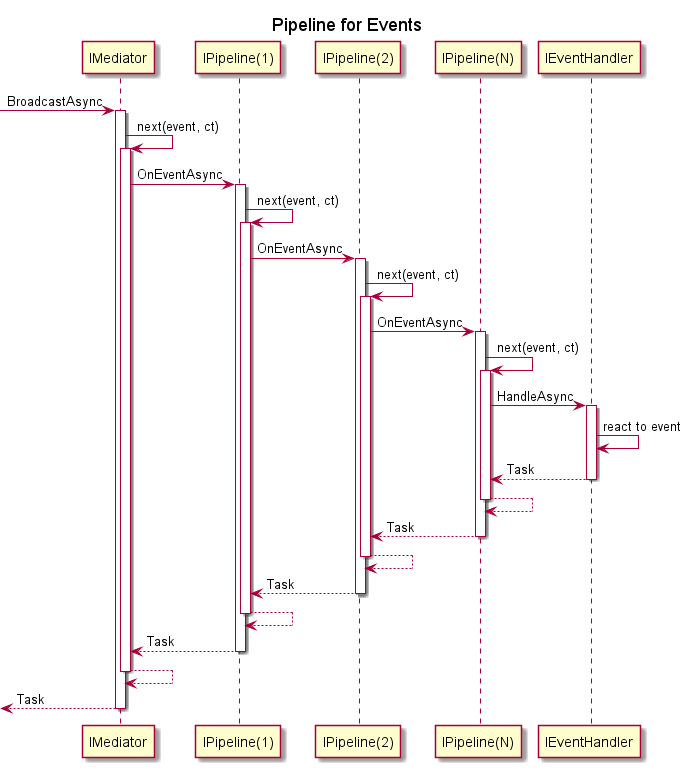
The PlantUML diagram resources/pipeline-events.png in simplesoft-pt/Mediator, before a commit. The source it was exported from:
```plantuml
@startuml pipeline-events
title Pipeline for Events

[-> IMediator ++: BroadcastAsync
IMediator -> IMediator ++: next(event, ct)
IMediator -> "IPipeline(1)" ++: OnEventAsync
"IPipeline(1)" -> "IPipeline(1)" ++: next(event, ct)
"IPipeline(1)" -> "IPipeline(2)" ++: OnEventAsync
"IPipeline(2)" -> "IPipeline(2)" ++: next(event, ct)
"IPipeline(2)" -> "IPipeline(N)" ++: OnEventAsync
"IPipeline(N)" -> "IPipeline(N)" ++: next(event, ct)
"IPipeline(N)" -> IEventHandler ++: HandleAsync
IEventHandler -> IEventHandler : react to event
return Task
return
return Task
return
return Task
return
return Task
return
return Task

@enduml
```
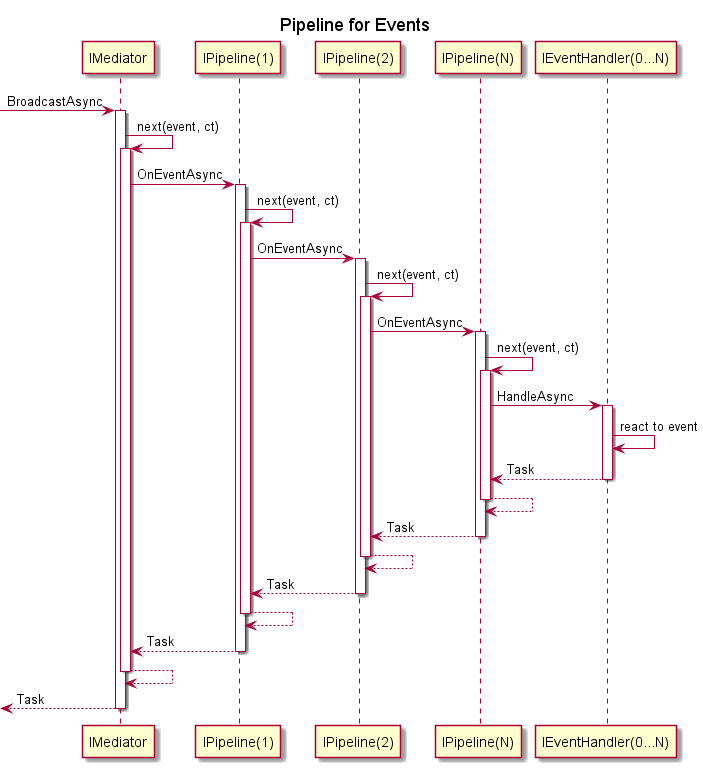
After the commit.

Commit message:
event pipeline improve

The edit, as a diff of the source:
```diff
@@ -9,8 +9,8 @@
 "IPipeline(2)" -> "IPipeline(2)" ++: next(event, ct)
 "IPipeline(2)" -> "IPipeline(N)" ++: OnEventAsync
 "IPipeline(N)" -> "IPipeline(N)" ++: next(event, ct)
-"IPipeline(N)" -> IEventHandler ++: HandleAsync
-IEventHandler -> IEventHandler : react to event
+"IPipeline(N)" -> "IEventHandler(0...N)" ++: HandleAsync
+"IEventHandler(0...N)" -> "IEventHandler(0...N)" : react to event
 return Task
 return
 return Task
```
